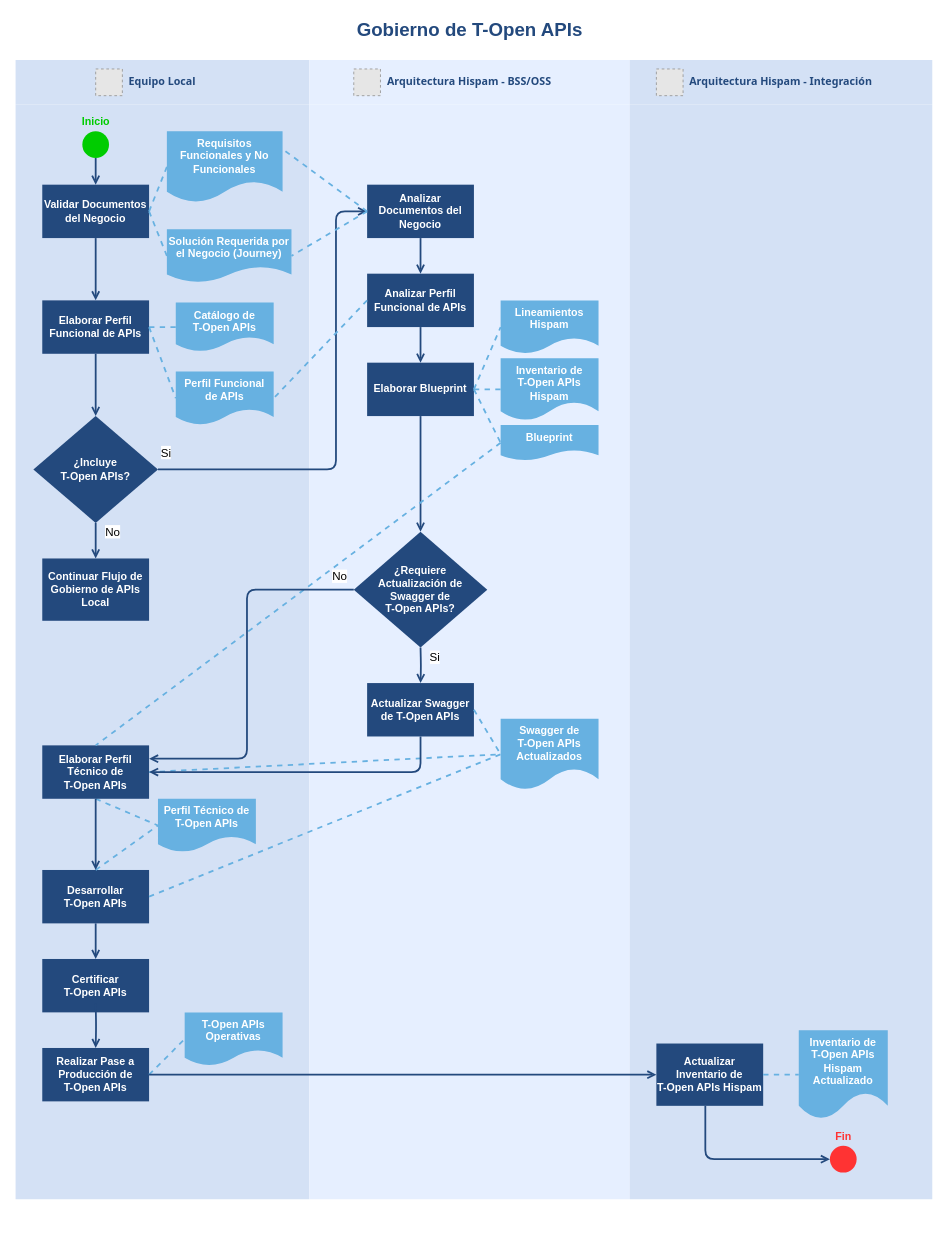
mnunezw/Gobierno-de-APIs keeps this draw.io diagram as Gobierno de T-Open APIs v1.0.drawio. Above is the earlier version. Source tidied: cells renumbered, new cells numbered last; positions are measured from the earlier drawing's top-left corner, leaving out a move shared by most shapes. Both pictures are drawn from the tidied source at 89%, with x=0, y=0 at pixel (15, 15). Pictures stored in the file or linked from it are replaced by grey dashed boxes.
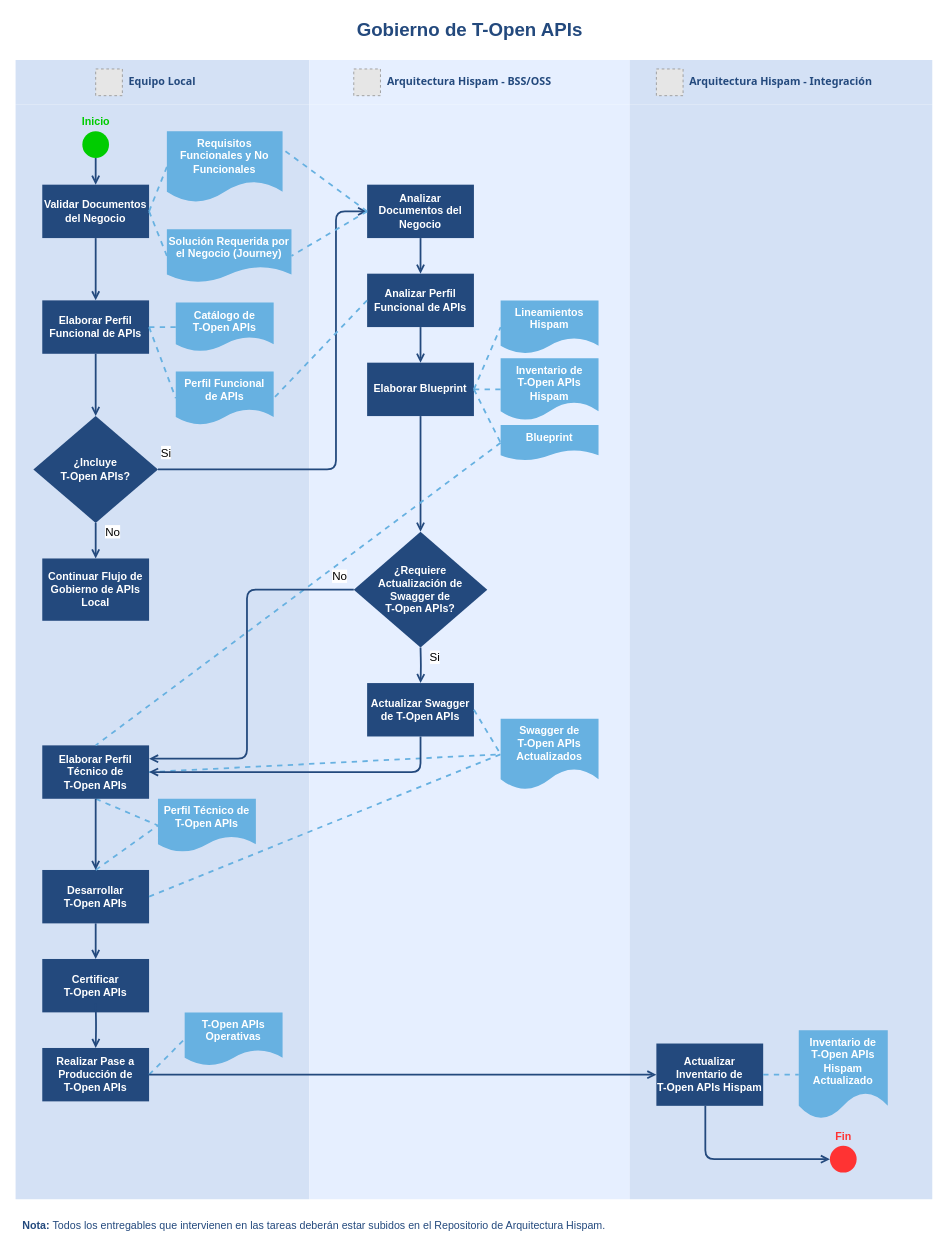
The same page after the edit.

What changed in the source:
```diff
@@
+    <mxCell id="76" value="Nota: &lt;span style=&quot;font-weight: normal&quot;&gt;Todos los entregables que intervienen en las tareas deberán estar subidos en el Repositorio de Arquitectura Hispam.&lt;/span&gt;" style="text;html=1;align=center;verticalAlign=middle;strokeColor=none;fillColor=none;fontSize=12;fontColor=#23497D;fontStyle=1;" parent="1" vertex="1">
+      <mxGeometry y="1350" width="670" height="20" as="geometry" />
+    </mxCell>
```
